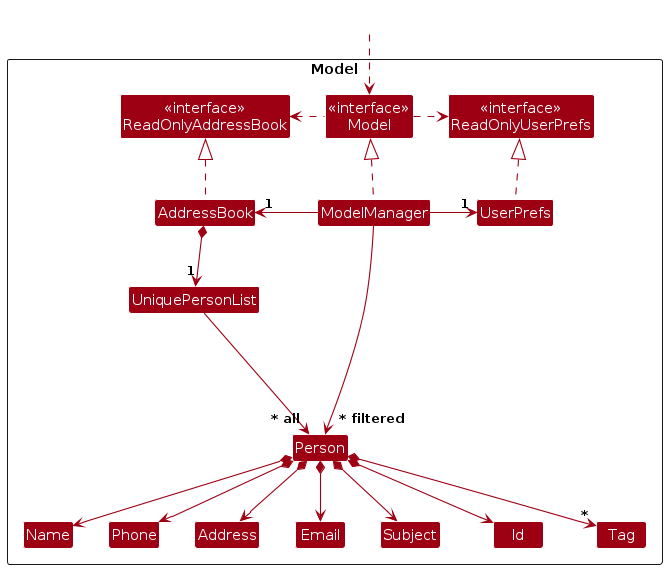
This is diagrams/ModelClassDiagram.png from MarcusGitty/tp, a PlantUML export, as it was before one commit. Its source is kept beside it as diagrams/ModelClassDiagram.puml. Its diagram source:
```plantuml
@startuml
!include style.puml
skinparam arrowThickness 1.1
skinparam arrowColor MODEL_COLOR
skinparam classBackgroundColor MODEL_COLOR

Package Model as ModelPackage <<Rectangle>>{
Class "<<interface>>\nReadOnlyAddressBook" as ReadOnlyAddressBook
Class "<<interface>>\nReadOnlyUserPrefs" as ReadOnlyUserPrefs
Class "<<interface>>\nModel" as Model
Class AddressBook
Class ModelManager
Class UserPrefs

Class UniquePersonList
Class Person
Class Address
Class Email
Class Name
Class Phone
Class Subject
Class Id
Class Tag

Class I #FFFFFF
}

Class HiddenOutside #FFFFFF
HiddenOutside ..> Model

AddressBook .up.|> ReadOnlyAddressBook

ModelManager .up.|> Model
Model .right.> ReadOnlyUserPrefs
Model .left.> ReadOnlyAddressBook
ModelManager -left-> "1" AddressBook
ModelManager -right-> "1" UserPrefs
UserPrefs .up.|> ReadOnlyUserPrefs

AddressBook *--> "1" UniquePersonList
UniquePersonList --> "~* all" Person
Person *--> Name
Person *--> Phone
Person *--> Email
Person *--> Address
Person *--> Subject
Person *--> Id
Person *--> "*" Tag

Person -[hidden]up--> I
UniquePersonList -[hidden]right-> I

Name -[hidden]right-> Phone
Phone -[hidden]right-> Address
Address -[hidden]right-> Email
Subject -[hidden]right-> Subject
Id -[hidden]right-> Id

ModelManager --> "~* filtered" Person
@enduml
```
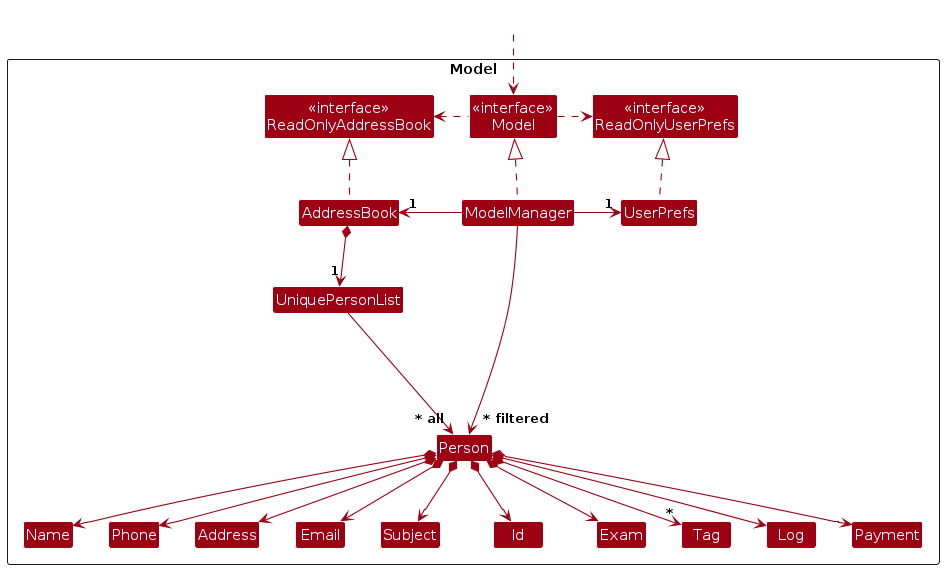
The same diagram one commit later.

What changed in the source:
```diff
@@ -21,6 +21,10 @@
 Class Subject
 Class Id
 Class Tag
+Class Exam
+Class Log
+Class Payment
+
 
 Class I #FFFFFF
 }
@@ -44,8 +48,12 @@
 Person *--> Email
 Person *--> Address
 Person *--> Subject
+Person *--> Exam
+Person *--> Payment
+Person *--> Log
 Person *--> Id
 Person *--> "*" Tag
+
 
 Person -[hidden]up--> I
 UniquePersonList -[hidden]right-> I
@@ -55,6 +63,7 @@
 Address -[hidden]right-> Email
 Subject -[hidden]right-> Subject
 Id -[hidden]right-> Id
-
+Tag -[hidden]right-> Log
+Exam -[hidden]right-> Log
 ModelManager --> "~* filtered" Person
 @enduml
```
